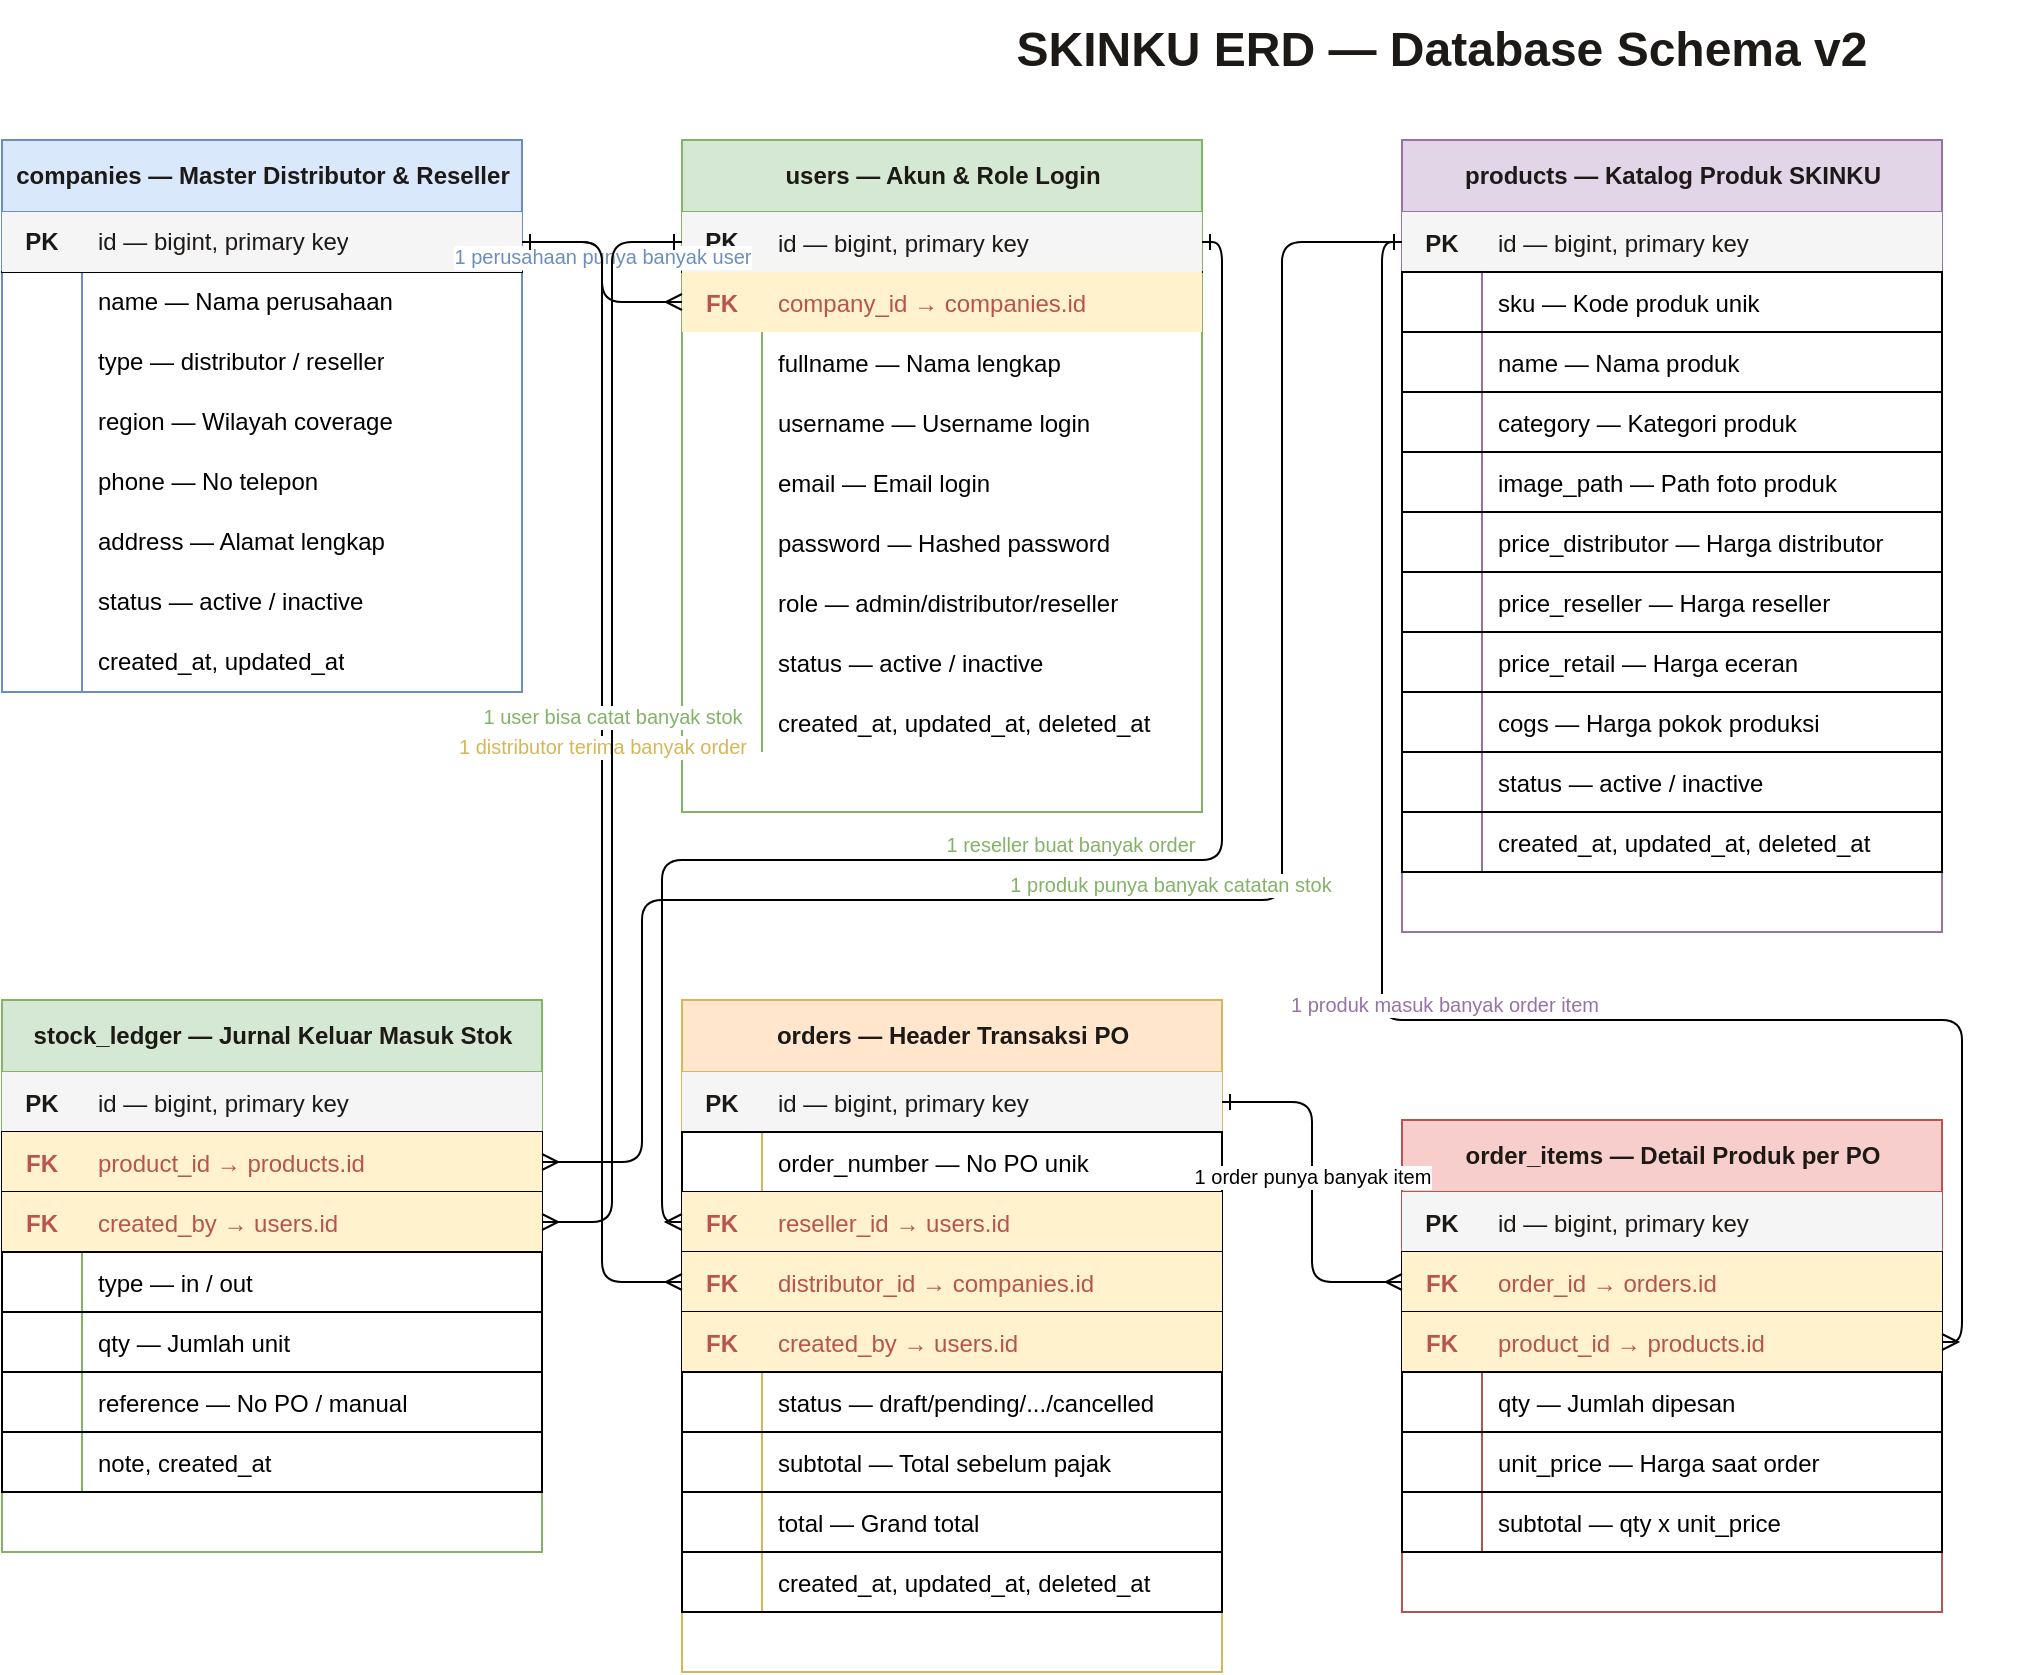
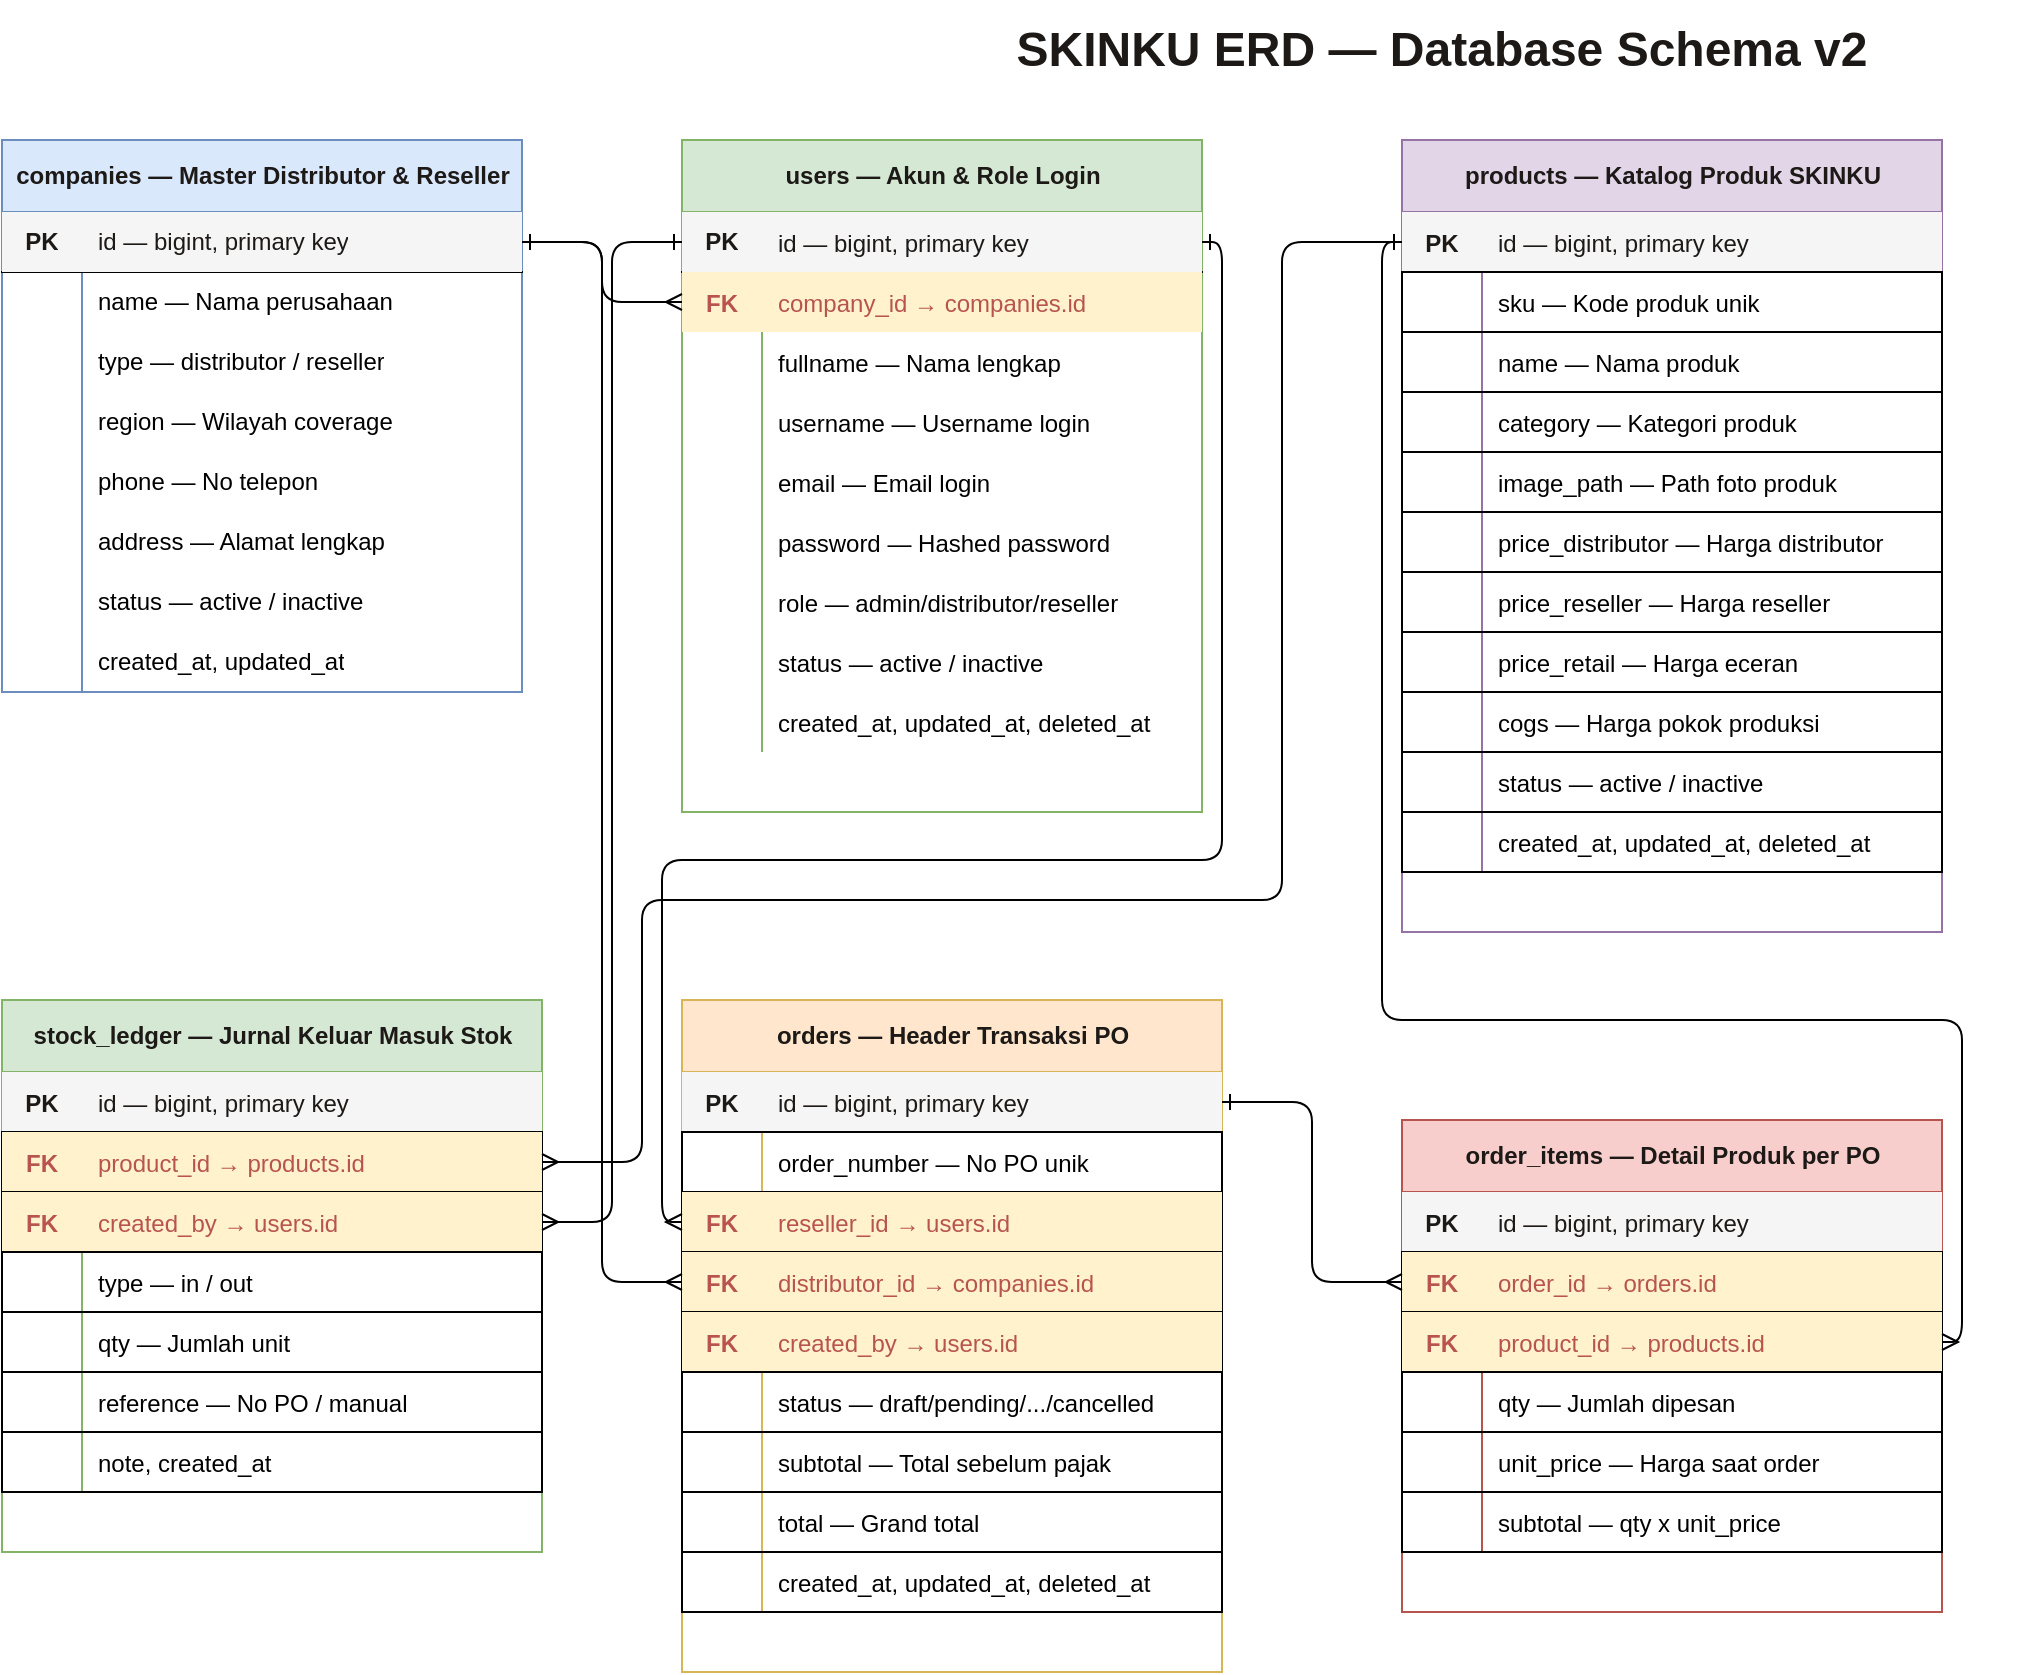
<mxfile host="app.diagrams.net">
  <diagram name="SKINKU ERD v2" id="skinku-erd-v2">
    <mxGraphModel dx="691" dy="351" grid="1" gridSize="10" guides="1" tooltips="1" connect="1" arrows="1" fold="1" page="1" pageScale="1" pageWidth="1654" pageHeight="1169" math="0" shadow="0">
      <root>
        <mxCell id="0" />
        <mxCell id="1" parent="0" />
        <mxCell id="title" parent="1" style="text;html=1;strokeColor=none;fillColor=none;align=center;verticalAlign=middle;whiteSpace=wrap;rounded=0;fontSize=24;fontStyle=1;fontColor=#1C1917;" value="SKINKU ERD — Database Schema v2" vertex="1">
          <mxGeometry height="50" width="600" x="480" y="20" as="geometry" />
        </mxCell>
        <mxCell id="tbl_companies" parent="1" style="shape=table;startSize=36;container=1;collapsible=0;childLayout=tableLayout;fixedRows=1;rowLines=0;fontStyle=1;align=center;resizeLast=1;html=1;fillColor=#dae8fc;strokeColor=#6c8ebf;fontColor=#1C1917;fontSize=12;" value="companies — Master Distributor &amp; Reseller" vertex="1">
          <mxGeometry height="276" width="260" x="60" y="90" as="geometry" />
        </mxCell>
        <mxCell id="companies_id" parent="tbl_companies" style="shape=tableRow;horizontal=0;startSize=0;swimlaneHead=0;swimlaneBody=0;fillColor=#f5f5f5;collapsible=0;dropTarget=0;points=[[0,0.5],[1,0.5]];portConstraint=eastwest;top=0;left=0;right=0;bottom=1;" value="" vertex="1">
          <mxGeometry height="30" width="260" y="36" as="geometry" />
        </mxCell>
        <mxCell id="companies_id_pk" parent="companies_id" style="shape=partialRectangle;connectable=0;fillColor=#f5f5f5;top=0;left=0;bottom=0;right=0;fontStyle=1;overflow=hidden;whiteSpace=wrap;html=1;fontColor=#1C1917;" value="PK" vertex="1">
          <mxGeometry height="30" width="40" as="geometry">
            <mxRectangle height="30" width="40" as="alternateBounds" />
          </mxGeometry>
        </mxCell>
        <mxCell id="companies_id_val" parent="companies_id" style="shape=partialRectangle;connectable=0;fillColor=#f5f5f5;top=0;left=0;bottom=0;right=0;align=left;spacingLeft=6;overflow=hidden;whiteSpace=wrap;html=1;fontColor=#1C1917;" value="id — bigint, primary key" vertex="1">
          <mxGeometry height="30" width="220" x="40" as="geometry">
            <mxRectangle height="30" width="220" as="alternateBounds" />
          </mxGeometry>
        </mxCell>
        <mxCell id="companies_name_row" parent="tbl_companies" style="shape=tableRow;horizontal=0;startSize=0;swimlaneHead=0;swimlaneBody=0;fillColor=none;collapsible=0;dropTarget=0;points=[[0,0.5],[1,0.5]];portConstraint=eastwest;top=0;left=0;right=0;bottom=0;" value="" vertex="1">
          <mxGeometry height="30" width="260" y="66" as="geometry" />
        </mxCell>
        <mxCell id="c1" parent="companies_name_row" style="shape=partialRectangle;connectable=0;fillColor=none;top=0;left=0;bottom=0;right=0;overflow=hidden;" value="" vertex="1">
          <mxGeometry height="30" width="40" as="geometry">
            <mxRectangle height="30" width="40" as="alternateBounds" />
          </mxGeometry>
        </mxCell>
        <mxCell id="c2" parent="companies_name_row" style="shape=partialRectangle;connectable=0;fillColor=none;top=0;left=0;bottom=0;right=0;align=left;spacingLeft=6;overflow=hidden;whiteSpace=wrap;html=1;" value="name — Nama perusahaan" vertex="1">
          <mxGeometry height="30" width="220" x="40" as="geometry">
            <mxRectangle height="30" width="220" as="alternateBounds" />
          </mxGeometry>
        </mxCell>
        <mxCell id="companies_type_row" parent="tbl_companies" style="shape=tableRow;horizontal=0;startSize=0;swimlaneHead=0;swimlaneBody=0;fillColor=none;collapsible=0;dropTarget=0;points=[[0,0.5],[1,0.5]];portConstraint=eastwest;top=0;left=0;right=0;bottom=0;" value="" vertex="1">
          <mxGeometry height="30" width="260" y="96" as="geometry" />
        </mxCell>
        <mxCell id="c3" parent="companies_type_row" style="shape=partialRectangle;connectable=0;fillColor=none;top=0;left=0;bottom=0;right=0;overflow=hidden;" value="" vertex="1">
          <mxGeometry height="30" width="40" as="geometry">
            <mxRectangle height="30" width="40" as="alternateBounds" />
          </mxGeometry>
        </mxCell>
        <mxCell id="c4" parent="companies_type_row" style="shape=partialRectangle;connectable=0;fillColor=none;top=0;left=0;bottom=0;right=0;align=left;spacingLeft=6;overflow=hidden;whiteSpace=wrap;html=1;" value="type — distributor / reseller" vertex="1">
          <mxGeometry height="30" width="220" x="40" as="geometry">
            <mxRectangle height="30" width="220" as="alternateBounds" />
          </mxGeometry>
        </mxCell>
        <mxCell id="companies_region_row" parent="tbl_companies" style="shape=tableRow;horizontal=0;startSize=0;swimlaneHead=0;swimlaneBody=0;fillColor=none;collapsible=0;dropTarget=0;points=[[0,0.5],[1,0.5]];portConstraint=eastwest;top=0;left=0;right=0;bottom=0;" value="" vertex="1">
          <mxGeometry height="30" width="260" y="126" as="geometry" />
        </mxCell>
        <mxCell id="c5" parent="companies_region_row" style="shape=partialRectangle;connectable=0;fillColor=none;top=0;left=0;bottom=0;right=0;overflow=hidden;" value="" vertex="1">
          <mxGeometry height="30" width="40" as="geometry">
            <mxRectangle height="30" width="40" as="alternateBounds" />
          </mxGeometry>
        </mxCell>
        <mxCell id="c6" parent="companies_region_row" style="shape=partialRectangle;connectable=0;fillColor=none;top=0;left=0;bottom=0;right=0;align=left;spacingLeft=6;overflow=hidden;whiteSpace=wrap;html=1;" value="region — Wilayah coverage" vertex="1">
          <mxGeometry height="30" width="220" x="40" as="geometry">
            <mxRectangle height="30" width="220" as="alternateBounds" />
          </mxGeometry>
        </mxCell>
        <mxCell id="companies_phone_row" parent="tbl_companies" style="shape=tableRow;horizontal=0;startSize=0;swimlaneHead=0;swimlaneBody=0;fillColor=none;collapsible=0;dropTarget=0;points=[[0,0.5],[1,0.5]];portConstraint=eastwest;top=0;left=0;right=0;bottom=0;" value="" vertex="1">
          <mxGeometry height="30" width="260" y="156" as="geometry" />
        </mxCell>
        <mxCell id="c7" parent="companies_phone_row" style="shape=partialRectangle;connectable=0;fillColor=none;top=0;left=0;bottom=0;right=0;overflow=hidden;" value="" vertex="1">
          <mxGeometry height="30" width="40" as="geometry">
            <mxRectangle height="30" width="40" as="alternateBounds" />
          </mxGeometry>
        </mxCell>
        <mxCell id="c8" parent="companies_phone_row" style="shape=partialRectangle;connectable=0;fillColor=none;top=0;left=0;bottom=0;right=0;align=left;spacingLeft=6;overflow=hidden;whiteSpace=wrap;html=1;" value="phone — No telepon" vertex="1">
          <mxGeometry height="30" width="220" x="40" as="geometry">
            <mxRectangle height="30" width="220" as="alternateBounds" />
          </mxGeometry>
        </mxCell>
        <mxCell id="companies_address_row" parent="tbl_companies" style="shape=tableRow;horizontal=0;startSize=0;swimlaneHead=0;swimlaneBody=0;fillColor=none;collapsible=0;dropTarget=0;points=[[0,0.5],[1,0.5]];portConstraint=eastwest;top=0;left=0;right=0;bottom=0;" value="" vertex="1">
          <mxGeometry height="30" width="260" y="186" as="geometry" />
        </mxCell>
        <mxCell id="c9" parent="companies_address_row" style="shape=partialRectangle;connectable=0;fillColor=none;top=0;left=0;bottom=0;right=0;overflow=hidden;" value="" vertex="1">
          <mxGeometry height="30" width="40" as="geometry">
            <mxRectangle height="30" width="40" as="alternateBounds" />
          </mxGeometry>
        </mxCell>
        <mxCell id="c10" parent="companies_address_row" style="shape=partialRectangle;connectable=0;fillColor=none;top=0;left=0;bottom=0;right=0;align=left;spacingLeft=6;overflow=hidden;whiteSpace=wrap;html=1;" value="address — Alamat lengkap" vertex="1">
          <mxGeometry height="30" width="220" x="40" as="geometry">
            <mxRectangle height="30" width="220" as="alternateBounds" />
          </mxGeometry>
        </mxCell>
        <mxCell id="companies_status_row" parent="tbl_companies" style="shape=tableRow;horizontal=0;startSize=0;swimlaneHead=0;swimlaneBody=0;fillColor=none;collapsible=0;dropTarget=0;points=[[0,0.5],[1,0.5]];portConstraint=eastwest;top=0;left=0;right=0;bottom=0;" value="" vertex="1">
          <mxGeometry height="30" width="260" y="216" as="geometry" />
        </mxCell>
        <mxCell id="c11" parent="companies_status_row" style="shape=partialRectangle;connectable=0;fillColor=none;top=0;left=0;bottom=0;right=0;overflow=hidden;" value="" vertex="1">
          <mxGeometry height="30" width="40" as="geometry">
            <mxRectangle height="30" width="40" as="alternateBounds" />
          </mxGeometry>
        </mxCell>
        <mxCell id="c12" parent="companies_status_row" style="shape=partialRectangle;connectable=0;fillColor=none;top=0;left=0;bottom=0;right=0;align=left;spacingLeft=6;overflow=hidden;whiteSpace=wrap;html=1;" value="status — active / inactive" vertex="1">
          <mxGeometry height="30" width="220" x="40" as="geometry">
            <mxRectangle height="30" width="220" as="alternateBounds" />
          </mxGeometry>
        </mxCell>
        <mxCell id="companies_ts_row" parent="tbl_companies" style="shape=tableRow;horizontal=0;startSize=0;swimlaneHead=0;swimlaneBody=0;fillColor=none;collapsible=0;dropTarget=0;points=[[0,0.5],[1,0.5]];portConstraint=eastwest;top=0;left=0;right=0;bottom=0;" value="" vertex="1">
          <mxGeometry height="30" width="260" y="246" as="geometry" />
        </mxCell>
        <mxCell id="c13" parent="companies_ts_row" style="shape=partialRectangle;connectable=0;fillColor=none;top=0;left=0;bottom=0;right=0;overflow=hidden;" value="" vertex="1">
          <mxGeometry height="30" width="40" as="geometry">
            <mxRectangle height="30" width="40" as="alternateBounds" />
          </mxGeometry>
        </mxCell>
        <mxCell id="c14" parent="companies_ts_row" style="shape=partialRectangle;connectable=0;fillColor=none;top=0;left=0;bottom=0;right=0;align=left;spacingLeft=6;overflow=hidden;whiteSpace=wrap;html=1;" value="created_at, updated_at" vertex="1">
          <mxGeometry height="30" width="220" x="40" as="geometry">
            <mxRectangle height="30" width="220" as="alternateBounds" />
          </mxGeometry>
        </mxCell>
        <mxCell id="tbl_users" parent="1" style="shape=table;startSize=36;container=1;collapsible=0;childLayout=tableLayout;fixedRows=1;rowLines=0;fontStyle=1;align=center;resizeLast=1;html=1;fillColor=#d5e8d4;strokeColor=#82b366;fontColor=#1C1917;fontSize=12;" value="users — Akun &amp; Role Login" vertex="1">
          <mxGeometry height="336" width="260" x="400" y="90" as="geometry" />
        </mxCell>
        <mxCell id="users_id_row" parent="tbl_users" style="shape=tableRow;horizontal=0;startSize=0;swimlaneHead=0;swimlaneBody=0;fillColor=#f5f5f5;collapsible=0;dropTarget=0;points=[[0,0.5],[1,0.5]];portConstraint=eastwest;top=0;left=0;right=0;bottom=1;" value="" vertex="1">
          <mxGeometry height="30" width="260" y="36" as="geometry" />
        </mxCell>
        <mxCell id="u_pk" parent="users_id_row" style="shape=partialRectangle;connectable=0;fillColor=#f5f5f5;top=0;left=0;bottom=0;right=0;fontStyle=1;overflow=hidden;whiteSpace=wrap;html=1;fontColor=#1C1917;" value="PK" vertex="1">
          <mxGeometry height="30" width="40" as="geometry">
            <mxRectangle height="30" width="40" as="alternateBounds" />
          </mxGeometry>
        </mxCell>
        <mxCell id="u_pk_val" parent="users_id_row" style="shape=partialRectangle;connectable=0;fillColor=#f5f5f5;top=0;left=0;bottom=0;right=0;align=left;spacingLeft=6;overflow=hidden;fontColor=#1C1917;" value="id — bigint, primary key" vertex="1">
          <mxGeometry height="30" width="220" x="40" as="geometry">
            <mxRectangle height="30" width="220" as="alternateBounds" />
          </mxGeometry>
        </mxCell>
        <mxCell id="users_cid_row" parent="tbl_users" style="shape=tableRow;horizontal=0;startSize=0;swimlaneHead=0;swimlaneBody=0;fillColor=#fff2cc;collapsible=0;dropTarget=0;points=[[0,0.5],[1,0.5]];portConstraint=eastwest;top=0;left=0;right=0;bottom=0;" value="" vertex="1">
          <mxGeometry height="30" width="260" y="66" as="geometry" />
        </mxCell>
        <mxCell id="u_fk1" parent="users_cid_row" style="shape=partialRectangle;connectable=0;fillColor=#fff2cc;top=0;left=0;bottom=0;right=0;fontStyle=1;overflow=hidden;fontColor=#b85450;" value="FK" vertex="1">
          <mxGeometry height="30" width="40" as="geometry">
            <mxRectangle height="30" width="40" as="alternateBounds" />
          </mxGeometry>
        </mxCell>
        <mxCell id="u_fk1_val" parent="users_cid_row" style="shape=partialRectangle;connectable=0;fillColor=#fff2cc;top=0;left=0;bottom=0;right=0;align=left;spacingLeft=6;overflow=hidden;fontColor=#b85450;" value="company_id → companies.id" vertex="1">
          <mxGeometry height="30" width="220" x="40" as="geometry">
            <mxRectangle height="30" width="220" as="alternateBounds" />
          </mxGeometry>
        </mxCell>
        <mxCell id="u_fn_row" parent="tbl_users" style="shape=tableRow;horizontal=0;startSize=0;swimlaneHead=0;swimlaneBody=0;fillColor=none;collapsible=0;dropTarget=0;points=[[0,0.5],[1,0.5]];portConstraint=eastwest;top=0;left=0;right=0;bottom=0;" value="" vertex="1">
          <mxGeometry height="30" width="260" y="96" as="geometry" />
        </mxCell>
        <mxCell id="uf1" parent="u_fn_row" style="shape=partialRectangle;connectable=0;fillColor=none;top=0;left=0;bottom=0;right=0;overflow=hidden;" value="" vertex="1">
          <mxGeometry height="30" width="40" as="geometry">
            <mxRectangle height="30" width="40" as="alternateBounds" />
          </mxGeometry>
        </mxCell>
        <mxCell id="uf1_val" parent="u_fn_row" style="shape=partialRectangle;connectable=0;fillColor=none;top=0;left=0;bottom=0;right=0;align=left;spacingLeft=6;overflow=hidden;" value="fullname — Nama lengkap" vertex="1">
          <mxGeometry height="30" width="220" x="40" as="geometry">
            <mxRectangle height="30" width="220" as="alternateBounds" />
          </mxGeometry>
        </mxCell>
        <mxCell id="u_un_row" parent="tbl_users" style="shape=tableRow;horizontal=0;startSize=0;swimlaneHead=0;swimlaneBody=0;fillColor=none;collapsible=0;dropTarget=0;points=[[0,0.5],[1,0.5]];portConstraint=eastwest;top=0;left=0;right=0;bottom=0;" value="" vertex="1">
          <mxGeometry height="30" width="260" y="126" as="geometry" />
        </mxCell>
        <mxCell id="uf2" parent="u_un_row" style="shape=partialRectangle;connectable=0;fillColor=none;top=0;left=0;bottom=0;right=0;overflow=hidden;" value="" vertex="1">
          <mxGeometry height="30" width="40" as="geometry">
            <mxRectangle height="30" width="40" as="alternateBounds" />
          </mxGeometry>
        </mxCell>
        <mxCell id="uf2_val" parent="u_un_row" style="shape=partialRectangle;connectable=0;fillColor=none;top=0;left=0;bottom=0;right=0;align=left;spacingLeft=6;overflow=hidden;" value="username — Username login" vertex="1">
          <mxGeometry height="30" width="220" x="40" as="geometry">
            <mxRectangle height="30" width="220" as="alternateBounds" />
          </mxGeometry>
        </mxCell>
        <mxCell id="u_em_row" parent="tbl_users" style="shape=tableRow;horizontal=0;startSize=0;swimlaneHead=0;swimlaneBody=0;fillColor=none;collapsible=0;dropTarget=0;points=[[0,0.5],[1,0.5]];portConstraint=eastwest;top=0;left=0;right=0;bottom=0;" value="" vertex="1">
          <mxGeometry height="30" width="260" y="156" as="geometry" />
        </mxCell>
        <mxCell id="uf3" parent="u_em_row" style="shape=partialRectangle;connectable=0;fillColor=none;top=0;left=0;bottom=0;right=0;overflow=hidden;" value="" vertex="1">
          <mxGeometry height="30" width="40" as="geometry">
            <mxRectangle height="30" width="40" as="alternateBounds" />
          </mxGeometry>
        </mxCell>
        <mxCell id="uf3_val" parent="u_em_row" style="shape=partialRectangle;connectable=0;fillColor=none;top=0;left=0;bottom=0;right=0;align=left;spacingLeft=6;overflow=hidden;" value="email — Email login" vertex="1">
          <mxGeometry height="30" width="220" x="40" as="geometry">
            <mxRectangle height="30" width="220" as="alternateBounds" />
          </mxGeometry>
        </mxCell>
        <mxCell id="u_pw_row" parent="tbl_users" style="shape=tableRow;horizontal=0;startSize=0;swimlaneHead=0;swimlaneBody=0;fillColor=none;collapsible=0;dropTarget=0;points=[[0,0.5],[1,0.5]];portConstraint=eastwest;top=0;left=0;right=0;bottom=0;" value="" vertex="1">
          <mxGeometry height="30" width="260" y="186" as="geometry" />
        </mxCell>
        <mxCell id="uf4" parent="u_pw_row" style="shape=partialRectangle;connectable=0;fillColor=none;top=0;left=0;bottom=0;right=0;overflow=hidden;" value="" vertex="1">
          <mxGeometry height="30" width="40" as="geometry">
            <mxRectangle height="30" width="40" as="alternateBounds" />
          </mxGeometry>
        </mxCell>
        <mxCell id="uf4_val" parent="u_pw_row" style="shape=partialRectangle;connectable=0;fillColor=none;top=0;left=0;bottom=0;right=0;align=left;spacingLeft=6;overflow=hidden;" value="password — Hashed password" vertex="1">
          <mxGeometry height="30" width="220" x="40" as="geometry">
            <mxRectangle height="30" width="220" as="alternateBounds" />
          </mxGeometry>
        </mxCell>
        <mxCell id="u_role_row" parent="tbl_users" style="shape=tableRow;horizontal=0;startSize=0;swimlaneHead=0;swimlaneBody=0;fillColor=none;collapsible=0;dropTarget=0;points=[[0,0.5],[1,0.5]];portConstraint=eastwest;top=0;left=0;right=0;bottom=0;" value="" vertex="1">
          <mxGeometry height="30" width="260" y="216" as="geometry" />
        </mxCell>
        <mxCell id="uf5" parent="u_role_row" style="shape=partialRectangle;connectable=0;fillColor=none;top=0;left=0;bottom=0;right=0;overflow=hidden;" value="" vertex="1">
          <mxGeometry height="30" width="40" as="geometry">
            <mxRectangle height="30" width="40" as="alternateBounds" />
          </mxGeometry>
        </mxCell>
        <mxCell id="uf5_val" parent="u_role_row" style="shape=partialRectangle;connectable=0;fillColor=none;top=0;left=0;bottom=0;right=0;align=left;spacingLeft=6;overflow=hidden;" value="role — admin/distributor/reseller" vertex="1">
          <mxGeometry height="30" width="220" x="40" as="geometry">
            <mxRectangle height="30" width="220" as="alternateBounds" />
          </mxGeometry>
        </mxCell>
        <mxCell id="u_status_row" parent="tbl_users" style="shape=tableRow;horizontal=0;startSize=0;swimlaneHead=0;swimlaneBody=0;fillColor=none;collapsible=0;dropTarget=0;points=[[0,0.5],[1,0.5]];portConstraint=eastwest;top=0;left=0;right=0;bottom=0;" value="" vertex="1">
          <mxGeometry height="30" width="260" y="246" as="geometry" />
        </mxCell>
        <mxCell id="uf6" parent="u_status_row" style="shape=partialRectangle;connectable=0;fillColor=none;top=0;left=0;bottom=0;right=0;overflow=hidden;" value="" vertex="1">
          <mxGeometry height="30" width="40" as="geometry">
            <mxRectangle height="30" width="40" as="alternateBounds" />
          </mxGeometry>
        </mxCell>
        <mxCell id="uf6_val" parent="u_status_row" style="shape=partialRectangle;connectable=0;fillColor=none;top=0;left=0;bottom=0;right=0;align=left;spacingLeft=6;overflow=hidden;" value="status — active / inactive" vertex="1">
          <mxGeometry height="30" width="220" x="40" as="geometry">
            <mxRectangle height="30" width="220" as="alternateBounds" />
          </mxGeometry>
        </mxCell>
        <mxCell id="u_ts_row" parent="tbl_users" style="shape=tableRow;horizontal=0;startSize=0;swimlaneHead=0;swimlaneBody=0;fillColor=none;collapsible=0;dropTarget=0;points=[[0,0.5],[1,0.5]];portConstraint=eastwest;top=0;left=0;right=0;bottom=0;" value="" vertex="1">
          <mxGeometry height="30" width="260" y="276" as="geometry" />
        </mxCell>
        <mxCell id="uf7" parent="u_ts_row" style="shape=partialRectangle;connectable=0;fillColor=none;top=0;left=0;bottom=0;right=0;overflow=hidden;" value="" vertex="1">
          <mxGeometry height="30" width="40" as="geometry">
            <mxRectangle height="30" width="40" as="alternateBounds" />
          </mxGeometry>
        </mxCell>
        <mxCell id="uf7_val" parent="u_ts_row" style="shape=partialRectangle;connectable=0;fillColor=none;top=0;left=0;bottom=0;right=0;align=left;spacingLeft=6;overflow=hidden;" value="created_at, updated_at, deleted_at" vertex="1">
          <mxGeometry height="30" width="220" x="40" as="geometry">
            <mxRectangle height="30" width="220" as="alternateBounds" />
          </mxGeometry>
        </mxCell>
        <mxCell id="tbl_products" parent="1" style="shape=table;startSize=36;container=1;collapsible=0;childLayout=tableLayout;fixedRows=1;rowLines=0;fontStyle=1;align=center;resizeLast=1;html=1;fillColor=#e1d5e7;strokeColor=#9673a6;fontColor=#1C1917;fontSize=12;" value="products — Katalog Produk SKINKU" vertex="1">
          <mxGeometry height="396" width="270" x="760" y="90" as="geometry" />
        </mxCell>
        <mxCell id="prod_id_row" parent="tbl_products" style="shape=tableRow;horizontal=0;startSize=0;swimlaneHead=0;swimlaneBody=0;fillColor=#f5f5f5;collapsible=0;dropTarget=0;points=[[0,0.5],[1,0.5]];portConstraint=eastwest;top=0;left=0;right=0;bottom=1;" value="" vertex="1">
          <mxGeometry height="30" width="270" y="36" as="geometry" />
        </mxCell>
        <mxCell id="prod_pk" parent="prod_id_row" style="shape=partialRectangle;connectable=0;fillColor=#f5f5f5;top=0;left=0;bottom=0;right=0;fontStyle=1;overflow=hidden;fontColor=#1C1917;" value="PK" vertex="1">
          <mxGeometry height="30" width="40" as="geometry">
            <mxRectangle height="30" width="40" as="alternateBounds" />
          </mxGeometry>
        </mxCell>
        <mxCell id="prod_pk_val" parent="prod_id_row" style="shape=partialRectangle;connectable=0;fillColor=#f5f5f5;top=0;left=0;bottom=0;right=0;align=left;spacingLeft=6;overflow=hidden;fontColor=#1C1917;" value="id — bigint, primary key" vertex="1">
          <mxGeometry height="30" width="230" x="40" as="geometry">
            <mxRectangle height="30" width="230" as="alternateBounds" />
          </mxGeometry>
        </mxCell>
        <mxCell id="pr1" parent="tbl_products" style="shape=tableRow;horizontal=0;startSize=0;swimlaneHead=0;swimlaneBody=0;fillColor=none;collapsible=0;dropTarget=0;points=[[0,0.5],[1,0.5]];portConstraint=eastwest;" value="" vertex="1">
          <mxGeometry height="30" width="270" y="66" as="geometry" />
        </mxCell>
        <mxCell id="pr1a" parent="pr1" style="shape=partialRectangle;connectable=0;fillColor=none;top=0;left=0;bottom=0;right=0;overflow=hidden;" value="" vertex="1">
          <mxGeometry height="30" width="40" as="geometry">
            <mxRectangle height="30" width="40" as="alternateBounds" />
          </mxGeometry>
        </mxCell>
        <mxCell id="pr1b" parent="pr1" style="shape=partialRectangle;connectable=0;fillColor=none;top=0;left=0;bottom=0;right=0;align=left;spacingLeft=6;overflow=hidden;" value="sku — Kode produk unik" vertex="1">
          <mxGeometry height="30" width="230" x="40" as="geometry">
            <mxRectangle height="30" width="230" as="alternateBounds" />
          </mxGeometry>
        </mxCell>
        <mxCell id="pr2" parent="tbl_products" style="shape=tableRow;horizontal=0;startSize=0;swimlaneHead=0;swimlaneBody=0;fillColor=none;collapsible=0;dropTarget=0;points=[[0,0.5],[1,0.5]];portConstraint=eastwest;" value="" vertex="1">
          <mxGeometry height="30" width="270" y="96" as="geometry" />
        </mxCell>
        <mxCell id="pr2a" parent="pr2" style="shape=partialRectangle;connectable=0;fillColor=none;top=0;left=0;bottom=0;right=0;overflow=hidden;" value="" vertex="1">
          <mxGeometry height="30" width="40" as="geometry">
            <mxRectangle height="30" width="40" as="alternateBounds" />
          </mxGeometry>
        </mxCell>
        <mxCell id="pr2b" parent="pr2" style="shape=partialRectangle;connectable=0;fillColor=none;top=0;left=0;bottom=0;right=0;align=left;spacingLeft=6;overflow=hidden;" value="name — Nama produk" vertex="1">
          <mxGeometry height="30" width="230" x="40" as="geometry">
            <mxRectangle height="30" width="230" as="alternateBounds" />
          </mxGeometry>
        </mxCell>
        <mxCell id="pr3" parent="tbl_products" style="shape=tableRow;horizontal=0;startSize=0;swimlaneHead=0;swimlaneBody=0;fillColor=none;collapsible=0;dropTarget=0;points=[[0,0.5],[1,0.5]];portConstraint=eastwest;" value="" vertex="1">
          <mxGeometry height="30" width="270" y="126" as="geometry" />
        </mxCell>
        <mxCell id="pr3a" parent="pr3" style="shape=partialRectangle;connectable=0;fillColor=none;top=0;left=0;bottom=0;right=0;overflow=hidden;" value="" vertex="1">
          <mxGeometry height="30" width="40" as="geometry">
            <mxRectangle height="30" width="40" as="alternateBounds" />
          </mxGeometry>
        </mxCell>
        <mxCell id="pr3b" parent="pr3" style="shape=partialRectangle;connectable=0;fillColor=none;top=0;left=0;bottom=0;right=0;align=left;spacingLeft=6;overflow=hidden;" value="category — Kategori produk" vertex="1">
          <mxGeometry height="30" width="230" x="40" as="geometry">
            <mxRectangle height="30" width="230" as="alternateBounds" />
          </mxGeometry>
        </mxCell>
        <mxCell id="pr4" parent="tbl_products" style="shape=tableRow;horizontal=0;startSize=0;swimlaneHead=0;swimlaneBody=0;fillColor=none;collapsible=0;dropTarget=0;points=[[0,0.5],[1,0.5]];portConstraint=eastwest;" value="" vertex="1">
          <mxGeometry height="30" width="270" y="156" as="geometry" />
        </mxCell>
        <mxCell id="pr4a" parent="pr4" style="shape=partialRectangle;connectable=0;fillColor=none;top=0;left=0;bottom=0;right=0;overflow=hidden;" value="" vertex="1">
          <mxGeometry height="30" width="40" as="geometry">
            <mxRectangle height="30" width="40" as="alternateBounds" />
          </mxGeometry>
        </mxCell>
        <mxCell id="pr4b" parent="pr4" style="shape=partialRectangle;connectable=0;fillColor=none;top=0;left=0;bottom=0;right=0;align=left;spacingLeft=6;overflow=hidden;" value="image_path — Path foto produk" vertex="1">
          <mxGeometry height="30" width="230" x="40" as="geometry">
            <mxRectangle height="30" width="230" as="alternateBounds" />
          </mxGeometry>
        </mxCell>
        <mxCell id="pr5" parent="tbl_products" style="shape=tableRow;horizontal=0;startSize=0;swimlaneHead=0;swimlaneBody=0;fillColor=none;collapsible=0;dropTarget=0;points=[[0,0.5],[1,0.5]];portConstraint=eastwest;" value="" vertex="1">
          <mxGeometry height="30" width="270" y="186" as="geometry" />
        </mxCell>
        <mxCell id="pr5a" parent="pr5" style="shape=partialRectangle;connectable=0;fillColor=none;top=0;left=0;bottom=0;right=0;overflow=hidden;" value="" vertex="1">
          <mxGeometry height="30" width="40" as="geometry">
            <mxRectangle height="30" width="40" as="alternateBounds" />
          </mxGeometry>
        </mxCell>
        <mxCell id="pr5b" parent="pr5" style="shape=partialRectangle;connectable=0;fillColor=none;top=0;left=0;bottom=0;right=0;align=left;spacingLeft=6;overflow=hidden;" value="price_distributor — Harga distributor" vertex="1">
          <mxGeometry height="30" width="230" x="40" as="geometry">
            <mxRectangle height="30" width="230" as="alternateBounds" />
          </mxGeometry>
        </mxCell>
        <mxCell id="pr6" parent="tbl_products" style="shape=tableRow;horizontal=0;startSize=0;swimlaneHead=0;swimlaneBody=0;fillColor=none;collapsible=0;dropTarget=0;points=[[0,0.5],[1,0.5]];portConstraint=eastwest;" value="" vertex="1">
          <mxGeometry height="30" width="270" y="216" as="geometry" />
        </mxCell>
        <mxCell id="pr6a" parent="pr6" style="shape=partialRectangle;connectable=0;fillColor=none;top=0;left=0;bottom=0;right=0;overflow=hidden;" value="" vertex="1">
          <mxGeometry height="30" width="40" as="geometry">
            <mxRectangle height="30" width="40" as="alternateBounds" />
          </mxGeometry>
        </mxCell>
        <mxCell id="pr6b" parent="pr6" style="shape=partialRectangle;connectable=0;fillColor=none;top=0;left=0;bottom=0;right=0;align=left;spacingLeft=6;overflow=hidden;" value="price_reseller — Harga reseller" vertex="1">
          <mxGeometry height="30" width="230" x="40" as="geometry">
            <mxRectangle height="30" width="230" as="alternateBounds" />
          </mxGeometry>
        </mxCell>
        <mxCell id="pr7" parent="tbl_products" style="shape=tableRow;horizontal=0;startSize=0;swimlaneHead=0;swimlaneBody=0;fillColor=none;collapsible=0;dropTarget=0;points=[[0,0.5],[1,0.5]];portConstraint=eastwest;" value="" vertex="1">
          <mxGeometry height="30" width="270" y="246" as="geometry" />
        </mxCell>
        <mxCell id="pr7a" parent="pr7" style="shape=partialRectangle;connectable=0;fillColor=none;top=0;left=0;bottom=0;right=0;overflow=hidden;" value="" vertex="1">
          <mxGeometry height="30" width="40" as="geometry">
            <mxRectangle height="30" width="40" as="alternateBounds" />
          </mxGeometry>
        </mxCell>
        <mxCell id="pr7b" parent="pr7" style="shape=partialRectangle;connectable=0;fillColor=none;top=0;left=0;bottom=0;right=0;align=left;spacingLeft=6;overflow=hidden;" value="price_retail — Harga eceran" vertex="1">
          <mxGeometry height="30" width="230" x="40" as="geometry">
            <mxRectangle height="30" width="230" as="alternateBounds" />
          </mxGeometry>
        </mxCell>
        <mxCell id="pr8" parent="tbl_products" style="shape=tableRow;horizontal=0;startSize=0;swimlaneHead=0;swimlaneBody=0;fillColor=none;collapsible=0;dropTarget=0;points=[[0,0.5],[1,0.5]];portConstraint=eastwest;" value="" vertex="1">
          <mxGeometry height="30" width="270" y="276" as="geometry" />
        </mxCell>
        <mxCell id="pr8a" parent="pr8" style="shape=partialRectangle;connectable=0;fillColor=none;top=0;left=0;bottom=0;right=0;overflow=hidden;" value="" vertex="1">
          <mxGeometry height="30" width="40" as="geometry">
            <mxRectangle height="30" width="40" as="alternateBounds" />
          </mxGeometry>
        </mxCell>
        <mxCell id="pr8b" parent="pr8" style="shape=partialRectangle;connectable=0;fillColor=none;top=0;left=0;bottom=0;right=0;align=left;spacingLeft=6;overflow=hidden;" value="cogs — Harga pokok produksi" vertex="1">
          <mxGeometry height="30" width="230" x="40" as="geometry">
            <mxRectangle height="30" width="230" as="alternateBounds" />
          </mxGeometry>
        </mxCell>
        <mxCell id="pr9" parent="tbl_products" style="shape=tableRow;horizontal=0;startSize=0;swimlaneHead=0;swimlaneBody=0;fillColor=none;collapsible=0;dropTarget=0;points=[[0,0.5],[1,0.5]];portConstraint=eastwest;" value="" vertex="1">
          <mxGeometry height="30" width="270" y="306" as="geometry" />
        </mxCell>
        <mxCell id="pr9a" parent="pr9" style="shape=partialRectangle;connectable=0;fillColor=none;top=0;left=0;bottom=0;right=0;overflow=hidden;" value="" vertex="1">
          <mxGeometry height="30" width="40" as="geometry">
            <mxRectangle height="30" width="40" as="alternateBounds" />
          </mxGeometry>
        </mxCell>
        <mxCell id="pr9b" parent="pr9" style="shape=partialRectangle;connectable=0;fillColor=none;top=0;left=0;bottom=0;right=0;align=left;spacingLeft=6;overflow=hidden;" value="status — active / inactive" vertex="1">
          <mxGeometry height="30" width="230" x="40" as="geometry">
            <mxRectangle height="30" width="230" as="alternateBounds" />
          </mxGeometry>
        </mxCell>
        <mxCell id="pr10" parent="tbl_products" style="shape=tableRow;horizontal=0;startSize=0;swimlaneHead=0;swimlaneBody=0;fillColor=none;collapsible=0;dropTarget=0;points=[[0,0.5],[1,0.5]];portConstraint=eastwest;" value="" vertex="1">
          <mxGeometry height="30" width="270" y="336" as="geometry" />
        </mxCell>
        <mxCell id="pr10a" parent="pr10" style="shape=partialRectangle;connectable=0;fillColor=none;top=0;left=0;bottom=0;right=0;overflow=hidden;" value="" vertex="1">
          <mxGeometry height="30" width="40" as="geometry">
            <mxRectangle height="30" width="40" as="alternateBounds" />
          </mxGeometry>
        </mxCell>
        <mxCell id="pr10b" parent="pr10" style="shape=partialRectangle;connectable=0;fillColor=none;top=0;left=0;bottom=0;right=0;align=left;spacingLeft=6;overflow=hidden;" value="created_at, updated_at, deleted_at" vertex="1">
          <mxGeometry height="30" width="230" x="40" as="geometry">
            <mxRectangle height="30" width="230" as="alternateBounds" />
          </mxGeometry>
        </mxCell>
        <mxCell id="tbl_orders" parent="1" style="shape=table;startSize=36;container=1;collapsible=0;childLayout=tableLayout;fixedRows=1;rowLines=0;fontStyle=1;align=center;resizeLast=1;html=1;fillColor=#ffe6cc;strokeColor=#d6b656;fontColor=#1C1917;fontSize=12;" value="orders — Header Transaksi PO" vertex="1">
          <mxGeometry height="336" width="270" x="400" y="520" as="geometry" />
        </mxCell>
        <mxCell id="ord_id_row" parent="tbl_orders" style="shape=tableRow;horizontal=0;startSize=0;swimlaneHead=0;swimlaneBody=0;fillColor=#f5f5f5;collapsible=0;dropTarget=0;points=[[0,0.5],[1,0.5]];portConstraint=eastwest;top=0;left=0;right=0;bottom=1;" value="" vertex="1">
          <mxGeometry height="30" width="270" y="36" as="geometry" />
        </mxCell>
        <mxCell id="ord_pk" parent="ord_id_row" style="shape=partialRectangle;connectable=0;fillColor=#f5f5f5;top=0;left=0;bottom=0;right=0;fontStyle=1;overflow=hidden;fontColor=#1C1917;" value="PK" vertex="1">
          <mxGeometry height="30" width="40" as="geometry">
            <mxRectangle height="30" width="40" as="alternateBounds" />
          </mxGeometry>
        </mxCell>
        <mxCell id="ord_pk_val" parent="ord_id_row" style="shape=partialRectangle;connectable=0;fillColor=#f5f5f5;top=0;left=0;bottom=0;right=0;align=left;spacingLeft=6;overflow=hidden;fontColor=#1C1917;" value="id — bigint, primary key" vertex="1">
          <mxGeometry height="30" width="230" x="40" as="geometry">
            <mxRectangle height="30" width="230" as="alternateBounds" />
          </mxGeometry>
        </mxCell>
        <mxCell id="ord_on_row" parent="tbl_orders" style="shape=tableRow;horizontal=0;startSize=0;swimlaneHead=0;swimlaneBody=0;fillColor=none;collapsible=0;dropTarget=0;points=[[0,0.5],[1,0.5]];portConstraint=eastwest;" value="" vertex="1">
          <mxGeometry height="30" width="270" y="66" as="geometry" />
        </mxCell>
        <mxCell id="oo1" parent="ord_on_row" style="shape=partialRectangle;connectable=0;fillColor=none;top=0;left=0;bottom=0;right=0;overflow=hidden;" value="" vertex="1">
          <mxGeometry height="30" width="40" as="geometry">
            <mxRectangle height="30" width="40" as="alternateBounds" />
          </mxGeometry>
        </mxCell>
        <mxCell id="oo1b" parent="ord_on_row" style="shape=partialRectangle;connectable=0;fillColor=none;top=0;left=0;bottom=0;right=0;align=left;spacingLeft=6;overflow=hidden;" value="order_number — No PO unik" vertex="1">
          <mxGeometry height="30" width="230" x="40" as="geometry">
            <mxRectangle height="30" width="230" as="alternateBounds" />
          </mxGeometry>
        </mxCell>
        <mxCell id="ord_rid_row" parent="tbl_orders" style="shape=tableRow;horizontal=0;startSize=0;swimlaneHead=0;swimlaneBody=0;fillColor=#fff2cc;collapsible=0;dropTarget=0;points=[[0,0.5],[1,0.5]];portConstraint=eastwest;" value="" vertex="1">
          <mxGeometry height="30" width="270" y="96" as="geometry" />
        </mxCell>
        <mxCell id="ofk1" parent="ord_rid_row" style="shape=partialRectangle;connectable=0;fillColor=#fff2cc;top=0;left=0;bottom=0;right=0;fontStyle=1;overflow=hidden;fontColor=#b85450;" value="FK" vertex="1">
          <mxGeometry height="30" width="40" as="geometry">
            <mxRectangle height="30" width="40" as="alternateBounds" />
          </mxGeometry>
        </mxCell>
        <mxCell id="ofk1b" parent="ord_rid_row" style="shape=partialRectangle;connectable=0;fillColor=#fff2cc;top=0;left=0;bottom=0;right=0;align=left;spacingLeft=6;overflow=hidden;fontColor=#b85450;" value="reseller_id → users.id" vertex="1">
          <mxGeometry height="30" width="230" x="40" as="geometry">
            <mxRectangle height="30" width="230" as="alternateBounds" />
          </mxGeometry>
        </mxCell>
        <mxCell id="ord_did_row" parent="tbl_orders" style="shape=tableRow;horizontal=0;startSize=0;swimlaneHead=0;swimlaneBody=0;fillColor=#fff2cc;collapsible=0;dropTarget=0;points=[[0,0.5],[1,0.5]];portConstraint=eastwest;" value="" vertex="1">
          <mxGeometry height="30" width="270" y="126" as="geometry" />
        </mxCell>
        <mxCell id="ofk2" parent="ord_did_row" style="shape=partialRectangle;connectable=0;fillColor=#fff2cc;top=0;left=0;bottom=0;right=0;fontStyle=1;overflow=hidden;fontColor=#b85450;" value="FK" vertex="1">
          <mxGeometry height="30" width="40" as="geometry">
            <mxRectangle height="30" width="40" as="alternateBounds" />
          </mxGeometry>
        </mxCell>
        <mxCell id="ofk2b" parent="ord_did_row" style="shape=partialRectangle;connectable=0;fillColor=#fff2cc;top=0;left=0;bottom=0;right=0;align=left;spacingLeft=6;overflow=hidden;fontColor=#b85450;" value="distributor_id → companies.id" vertex="1">
          <mxGeometry height="30" width="230" x="40" as="geometry">
            <mxRectangle height="30" width="230" as="alternateBounds" />
          </mxGeometry>
        </mxCell>
        <mxCell id="ord_cb_row" parent="tbl_orders" style="shape=tableRow;horizontal=0;startSize=0;swimlaneHead=0;swimlaneBody=0;fillColor=#fff2cc;collapsible=0;dropTarget=0;points=[[0,0.5],[1,0.5]];portConstraint=eastwest;" value="" vertex="1">
          <mxGeometry height="30" width="270" y="156" as="geometry" />
        </mxCell>
        <mxCell id="ofk3" parent="ord_cb_row" style="shape=partialRectangle;connectable=0;fillColor=#fff2cc;top=0;left=0;bottom=0;right=0;fontStyle=1;overflow=hidden;fontColor=#b85450;" value="FK" vertex="1">
          <mxGeometry height="30" width="40" as="geometry">
            <mxRectangle height="30" width="40" as="alternateBounds" />
          </mxGeometry>
        </mxCell>
        <mxCell id="ofk3b" parent="ord_cb_row" style="shape=partialRectangle;connectable=0;fillColor=#fff2cc;top=0;left=0;bottom=0;right=0;align=left;spacingLeft=6;overflow=hidden;fontColor=#b85450;" value="created_by → users.id" vertex="1">
          <mxGeometry height="30" width="230" x="40" as="geometry">
            <mxRectangle height="30" width="230" as="alternateBounds" />
          </mxGeometry>
        </mxCell>
        <mxCell id="ord_st_row" parent="tbl_orders" style="shape=tableRow;horizontal=0;startSize=0;swimlaneHead=0;swimlaneBody=0;fillColor=none;collapsible=0;dropTarget=0;points=[[0,0.5],[1,0.5]];portConstraint=eastwest;" value="" vertex="1">
          <mxGeometry height="30" width="270" y="186" as="geometry" />
        </mxCell>
        <mxCell id="os1" parent="ord_st_row" style="shape=partialRectangle;connectable=0;fillColor=none;top=0;left=0;bottom=0;right=0;overflow=hidden;" value="" vertex="1">
          <mxGeometry height="30" width="40" as="geometry">
            <mxRectangle height="30" width="40" as="alternateBounds" />
          </mxGeometry>
        </mxCell>
        <mxCell id="os1b" parent="ord_st_row" style="shape=partialRectangle;connectable=0;fillColor=none;top=0;left=0;bottom=0;right=0;align=left;spacingLeft=6;overflow=hidden;" value="status — draft/pending/.../cancelled" vertex="1">
          <mxGeometry height="30" width="230" x="40" as="geometry">
            <mxRectangle height="30" width="230" as="alternateBounds" />
          </mxGeometry>
        </mxCell>
        <mxCell id="ord_sub_row" parent="tbl_orders" style="shape=tableRow;horizontal=0;startSize=0;swimlaneHead=0;swimlaneBody=0;fillColor=none;collapsible=0;dropTarget=0;points=[[0,0.5],[1,0.5]];portConstraint=eastwest;" value="" vertex="1">
          <mxGeometry height="30" width="270" y="216" as="geometry" />
        </mxCell>
        <mxCell id="os2" parent="ord_sub_row" style="shape=partialRectangle;connectable=0;fillColor=none;top=0;left=0;bottom=0;right=0;overflow=hidden;" value="" vertex="1">
          <mxGeometry height="30" width="40" as="geometry">
            <mxRectangle height="30" width="40" as="alternateBounds" />
          </mxGeometry>
        </mxCell>
        <mxCell id="os2b" parent="ord_sub_row" style="shape=partialRectangle;connectable=0;fillColor=none;top=0;left=0;bottom=0;right=0;align=left;spacingLeft=6;overflow=hidden;" value="subtotal — Total sebelum pajak" vertex="1">
          <mxGeometry height="30" width="230" x="40" as="geometry">
            <mxRectangle height="30" width="230" as="alternateBounds" />
          </mxGeometry>
        </mxCell>
        <mxCell id="ord_tot_row" parent="tbl_orders" style="shape=tableRow;horizontal=0;startSize=0;swimlaneHead=0;swimlaneBody=0;fillColor=none;collapsible=0;dropTarget=0;points=[[0,0.5],[1,0.5]];portConstraint=eastwest;" value="" vertex="1">
          <mxGeometry height="30" width="270" y="246" as="geometry" />
        </mxCell>
        <mxCell id="os3" parent="ord_tot_row" style="shape=partialRectangle;connectable=0;fillColor=none;top=0;left=0;bottom=0;right=0;overflow=hidden;" value="" vertex="1">
          <mxGeometry height="30" width="40" as="geometry">
            <mxRectangle height="30" width="40" as="alternateBounds" />
          </mxGeometry>
        </mxCell>
        <mxCell id="os3b" parent="ord_tot_row" style="shape=partialRectangle;connectable=0;fillColor=none;top=0;left=0;bottom=0;right=0;align=left;spacingLeft=6;overflow=hidden;" value="total — Grand total" vertex="1">
          <mxGeometry height="30" width="230" x="40" as="geometry">
            <mxRectangle height="30" width="230" as="alternateBounds" />
          </mxGeometry>
        </mxCell>
        <mxCell id="ord_ts_row" parent="tbl_orders" style="shape=tableRow;horizontal=0;startSize=0;swimlaneHead=0;swimlaneBody=0;fillColor=none;collapsible=0;dropTarget=0;points=[[0,0.5],[1,0.5]];portConstraint=eastwest;" value="" vertex="1">
          <mxGeometry height="30" width="270" y="276" as="geometry" />
        </mxCell>
        <mxCell id="os4" parent="ord_ts_row" style="shape=partialRectangle;connectable=0;fillColor=none;top=0;left=0;bottom=0;right=0;overflow=hidden;" value="" vertex="1">
          <mxGeometry height="30" width="40" as="geometry">
            <mxRectangle height="30" width="40" as="alternateBounds" />
          </mxGeometry>
        </mxCell>
        <mxCell id="os4b" parent="ord_ts_row" style="shape=partialRectangle;connectable=0;fillColor=none;top=0;left=0;bottom=0;right=0;align=left;spacingLeft=6;overflow=hidden;" value="created_at, updated_at, deleted_at" vertex="1">
          <mxGeometry height="30" width="230" x="40" as="geometry">
            <mxRectangle height="30" width="230" as="alternateBounds" />
          </mxGeometry>
        </mxCell>
        <mxCell id="tbl_order_items" parent="1" style="shape=table;startSize=36;container=1;collapsible=0;childLayout=tableLayout;fixedRows=1;rowLines=0;fontStyle=1;align=center;resizeLast=1;html=1;fillColor=#f8cecc;strokeColor=#b85450;fontColor=#1C1917;fontSize=12;" value="order_items — Detail Produk per PO" vertex="1">
          <mxGeometry height="246" width="270" x="760" y="580" as="geometry" />
        </mxCell>
        <mxCell id="oi_id_row" parent="tbl_order_items" style="shape=tableRow;horizontal=0;startSize=0;swimlaneHead=0;swimlaneBody=0;fillColor=#f5f5f5;collapsible=0;dropTarget=0;points=[[0,0.5],[1,0.5]];portConstraint=eastwest;top=0;left=0;right=0;bottom=1;" value="" vertex="1">
          <mxGeometry height="30" width="270" y="36" as="geometry" />
        </mxCell>
        <mxCell id="oi_pk" parent="oi_id_row" style="shape=partialRectangle;connectable=0;fillColor=#f5f5f5;top=0;left=0;bottom=0;right=0;fontStyle=1;overflow=hidden;fontColor=#1C1917;" value="PK" vertex="1">
          <mxGeometry height="30" width="40" as="geometry">
            <mxRectangle height="30" width="40" as="alternateBounds" />
          </mxGeometry>
        </mxCell>
        <mxCell id="oi_pk_val" parent="oi_id_row" style="shape=partialRectangle;connectable=0;fillColor=#f5f5f5;top=0;left=0;bottom=0;right=0;align=left;spacingLeft=6;overflow=hidden;fontColor=#1C1917;" value="id — bigint, primary key" vertex="1">
          <mxGeometry height="30" width="230" x="40" as="geometry">
            <mxRectangle height="30" width="230" as="alternateBounds" />
          </mxGeometry>
        </mxCell>
        <mxCell id="oi_oid_row" parent="tbl_order_items" style="shape=tableRow;horizontal=0;startSize=0;swimlaneHead=0;swimlaneBody=0;fillColor=#fff2cc;collapsible=0;dropTarget=0;points=[[0,0.5],[1,0.5]];portConstraint=eastwest;" value="" vertex="1">
          <mxGeometry height="30" width="270" y="66" as="geometry" />
        </mxCell>
        <mxCell id="oifk1" parent="oi_oid_row" style="shape=partialRectangle;connectable=0;fillColor=#fff2cc;top=0;left=0;bottom=0;right=0;fontStyle=1;overflow=hidden;fontColor=#b85450;" value="FK" vertex="1">
          <mxGeometry height="30" width="40" as="geometry">
            <mxRectangle height="30" width="40" as="alternateBounds" />
          </mxGeometry>
        </mxCell>
        <mxCell id="oifk1b" parent="oi_oid_row" style="shape=partialRectangle;connectable=0;fillColor=#fff2cc;top=0;left=0;bottom=0;right=0;align=left;spacingLeft=6;overflow=hidden;fontColor=#b85450;" value="order_id → orders.id" vertex="1">
          <mxGeometry height="30" width="230" x="40" as="geometry">
            <mxRectangle height="30" width="230" as="alternateBounds" />
          </mxGeometry>
        </mxCell>
        <mxCell id="oi_pid_row" parent="tbl_order_items" style="shape=tableRow;horizontal=0;startSize=0;swimlaneHead=0;swimlaneBody=0;fillColor=#fff2cc;collapsible=0;dropTarget=0;points=[[0,0.5],[1,0.5]];portConstraint=eastwest;" value="" vertex="1">
          <mxGeometry height="30" width="270" y="96" as="geometry" />
        </mxCell>
        <mxCell id="oifk2" parent="oi_pid_row" style="shape=partialRectangle;connectable=0;fillColor=#fff2cc;top=0;left=0;bottom=0;right=0;fontStyle=1;overflow=hidden;fontColor=#b85450;" value="FK" vertex="1">
          <mxGeometry height="30" width="40" as="geometry">
            <mxRectangle height="30" width="40" as="alternateBounds" />
          </mxGeometry>
        </mxCell>
        <mxCell id="oifk2b" parent="oi_pid_row" style="shape=partialRectangle;connectable=0;fillColor=#fff2cc;top=0;left=0;bottom=0;right=0;align=left;spacingLeft=6;overflow=hidden;fontColor=#b85450;" value="product_id → products.id" vertex="1">
          <mxGeometry height="30" width="230" x="40" as="geometry">
            <mxRectangle height="30" width="230" as="alternateBounds" />
          </mxGeometry>
        </mxCell>
        <mxCell id="oi_qty_row" parent="tbl_order_items" style="shape=tableRow;horizontal=0;startSize=0;swimlaneHead=0;swimlaneBody=0;fillColor=none;collapsible=0;dropTarget=0;points=[[0,0.5],[1,0.5]];portConstraint=eastwest;" value="" vertex="1">
          <mxGeometry height="30" width="270" y="126" as="geometry" />
        </mxCell>
        <mxCell id="oiq1" parent="oi_qty_row" style="shape=partialRectangle;connectable=0;fillColor=none;top=0;left=0;bottom=0;right=0;overflow=hidden;" value="" vertex="1">
          <mxGeometry height="30" width="40" as="geometry">
            <mxRectangle height="30" width="40" as="alternateBounds" />
          </mxGeometry>
        </mxCell>
        <mxCell id="oiq1b" parent="oi_qty_row" style="shape=partialRectangle;connectable=0;fillColor=none;top=0;left=0;bottom=0;right=0;align=left;spacingLeft=6;overflow=hidden;" value="qty — Jumlah dipesan" vertex="1">
          <mxGeometry height="30" width="230" x="40" as="geometry">
            <mxRectangle height="30" width="230" as="alternateBounds" />
          </mxGeometry>
        </mxCell>
        <mxCell id="oi_up_row" parent="tbl_order_items" style="shape=tableRow;horizontal=0;startSize=0;swimlaneHead=0;swimlaneBody=0;fillColor=none;collapsible=0;dropTarget=0;points=[[0,0.5],[1,0.5]];portConstraint=eastwest;" value="" vertex="1">
          <mxGeometry height="30" width="270" y="156" as="geometry" />
        </mxCell>
        <mxCell id="oiq2" parent="oi_up_row" style="shape=partialRectangle;connectable=0;fillColor=none;top=0;left=0;bottom=0;right=0;overflow=hidden;" value="" vertex="1">
          <mxGeometry height="30" width="40" as="geometry">
            <mxRectangle height="30" width="40" as="alternateBounds" />
          </mxGeometry>
        </mxCell>
        <mxCell id="oiq2b" parent="oi_up_row" style="shape=partialRectangle;connectable=0;fillColor=none;top=0;left=0;bottom=0;right=0;align=left;spacingLeft=6;overflow=hidden;" value="unit_price — Harga saat order" vertex="1">
          <mxGeometry height="30" width="230" x="40" as="geometry">
            <mxRectangle height="30" width="230" as="alternateBounds" />
          </mxGeometry>
        </mxCell>
        <mxCell id="oi_sub_row" parent="tbl_order_items" style="shape=tableRow;horizontal=0;startSize=0;swimlaneHead=0;swimlaneBody=0;fillColor=none;collapsible=0;dropTarget=0;points=[[0,0.5],[1,0.5]];portConstraint=eastwest;" value="" vertex="1">
          <mxGeometry height="30" width="270" y="186" as="geometry" />
        </mxCell>
        <mxCell id="oiq3" parent="oi_sub_row" style="shape=partialRectangle;connectable=0;fillColor=none;top=0;left=0;bottom=0;right=0;overflow=hidden;" value="" vertex="1">
          <mxGeometry height="30" width="40" as="geometry">
            <mxRectangle height="30" width="40" as="alternateBounds" />
          </mxGeometry>
        </mxCell>
        <mxCell id="oiq3b" parent="oi_sub_row" style="shape=partialRectangle;connectable=0;fillColor=none;top=0;left=0;bottom=0;right=0;align=left;spacingLeft=6;overflow=hidden;" value="subtotal — qty x unit_price" vertex="1">
          <mxGeometry height="30" width="230" x="40" as="geometry">
            <mxRectangle height="30" width="230" as="alternateBounds" />
          </mxGeometry>
        </mxCell>
        <mxCell id="tbl_stock_ledger" parent="1" style="shape=table;startSize=36;container=1;collapsible=0;childLayout=tableLayout;fixedRows=1;rowLines=0;fontStyle=1;align=center;resizeLast=1;html=1;fillColor=#d5e8d4;strokeColor=#82b366;fontColor=#1C1917;fontSize=12;" value="stock_ledger — Jurnal Keluar Masuk Stok" vertex="1">
          <mxGeometry height="276" width="270" x="60" y="520" as="geometry" />
        </mxCell>
        <mxCell id="sl_id_row" parent="tbl_stock_ledger" style="shape=tableRow;horizontal=0;startSize=0;swimlaneHead=0;swimlaneBody=0;fillColor=#f5f5f5;collapsible=0;dropTarget=0;points=[[0,0.5],[1,0.5]];portConstraint=eastwest;top=0;left=0;right=0;bottom=1;" value="" vertex="1">
          <mxGeometry height="30" width="270" y="36" as="geometry" />
        </mxCell>
        <mxCell id="sl_pk" parent="sl_id_row" style="shape=partialRectangle;connectable=0;fillColor=#f5f5f5;top=0;left=0;bottom=0;right=0;fontStyle=1;overflow=hidden;fontColor=#1C1917;" value="PK" vertex="1">
          <mxGeometry height="30" width="40" as="geometry">
            <mxRectangle height="30" width="40" as="alternateBounds" />
          </mxGeometry>
        </mxCell>
        <mxCell id="sl_pk_val" parent="sl_id_row" style="shape=partialRectangle;connectable=0;fillColor=#f5f5f5;top=0;left=0;bottom=0;right=0;align=left;spacingLeft=6;overflow=hidden;fontColor=#1C1917;" value="id — bigint, primary key" vertex="1">
          <mxGeometry height="30" width="230" x="40" as="geometry">
            <mxRectangle height="30" width="230" as="alternateBounds" />
          </mxGeometry>
        </mxCell>
        <mxCell id="sl_pid_row" parent="tbl_stock_ledger" style="shape=tableRow;horizontal=0;startSize=0;swimlaneHead=0;swimlaneBody=0;fillColor=#fff2cc;collapsible=0;dropTarget=0;points=[[0,0.5],[1,0.5]];portConstraint=eastwest;" value="" vertex="1">
          <mxGeometry height="30" width="270" y="66" as="geometry" />
        </mxCell>
        <mxCell id="slfk1" parent="sl_pid_row" style="shape=partialRectangle;connectable=0;fillColor=#fff2cc;top=0;left=0;bottom=0;right=0;fontStyle=1;overflow=hidden;fontColor=#b85450;" value="FK" vertex="1">
          <mxGeometry height="30" width="40" as="geometry">
            <mxRectangle height="30" width="40" as="alternateBounds" />
          </mxGeometry>
        </mxCell>
        <mxCell id="slfk1b" parent="sl_pid_row" style="shape=partialRectangle;connectable=0;fillColor=#fff2cc;top=0;left=0;bottom=0;right=0;align=left;spacingLeft=6;overflow=hidden;fontColor=#b85450;" value="product_id → products.id" vertex="1">
          <mxGeometry height="30" width="230" x="40" as="geometry">
            <mxRectangle height="30" width="230" as="alternateBounds" />
          </mxGeometry>
        </mxCell>
        <mxCell id="sl_cb_row" parent="tbl_stock_ledger" style="shape=tableRow;horizontal=0;startSize=0;swimlaneHead=0;swimlaneBody=0;fillColor=#fff2cc;collapsible=0;dropTarget=0;points=[[0,0.5],[1,0.5]];portConstraint=eastwest;" value="" vertex="1">
          <mxGeometry height="30" width="270" y="96" as="geometry" />
        </mxCell>
        <mxCell id="slfk2" parent="sl_cb_row" style="shape=partialRectangle;connectable=0;fillColor=#fff2cc;top=0;left=0;bottom=0;right=0;fontStyle=1;overflow=hidden;fontColor=#b85450;" value="FK" vertex="1">
          <mxGeometry height="30" width="40" as="geometry">
            <mxRectangle height="30" width="40" as="alternateBounds" />
          </mxGeometry>
        </mxCell>
        <mxCell id="slfk2b" parent="sl_cb_row" style="shape=partialRectangle;connectable=0;fillColor=#fff2cc;top=0;left=0;bottom=0;right=0;align=left;spacingLeft=6;overflow=hidden;fontColor=#b85450;" value="created_by → users.id" vertex="1">
          <mxGeometry height="30" width="230" x="40" as="geometry">
            <mxRectangle height="30" width="230" as="alternateBounds" />
          </mxGeometry>
        </mxCell>
        <mxCell id="sl_tp_row" parent="tbl_stock_ledger" style="shape=tableRow;horizontal=0;startSize=0;swimlaneHead=0;swimlaneBody=0;fillColor=none;collapsible=0;dropTarget=0;points=[[0,0.5],[1,0.5]];portConstraint=eastwest;" value="" vertex="1">
          <mxGeometry height="30" width="270" y="126" as="geometry" />
        </mxCell>
        <mxCell id="sl1" parent="sl_tp_row" style="shape=partialRectangle;connectable=0;fillColor=none;top=0;left=0;bottom=0;right=0;overflow=hidden;" value="" vertex="1">
          <mxGeometry height="30" width="40" as="geometry">
            <mxRectangle height="30" width="40" as="alternateBounds" />
          </mxGeometry>
        </mxCell>
        <mxCell id="sl1b" parent="sl_tp_row" style="shape=partialRectangle;connectable=0;fillColor=none;top=0;left=0;bottom=0;right=0;align=left;spacingLeft=6;overflow=hidden;" value="type — in / out" vertex="1">
          <mxGeometry height="30" width="230" x="40" as="geometry">
            <mxRectangle height="30" width="230" as="alternateBounds" />
          </mxGeometry>
        </mxCell>
        <mxCell id="sl_qty_row" parent="tbl_stock_ledger" style="shape=tableRow;horizontal=0;startSize=0;swimlaneHead=0;swimlaneBody=0;fillColor=none;collapsible=0;dropTarget=0;points=[[0,0.5],[1,0.5]];portConstraint=eastwest;" value="" vertex="1">
          <mxGeometry height="30" width="270" y="156" as="geometry" />
        </mxCell>
        <mxCell id="sl2" parent="sl_qty_row" style="shape=partialRectangle;connectable=0;fillColor=none;top=0;left=0;bottom=0;right=0;overflow=hidden;" value="" vertex="1">
          <mxGeometry height="30" width="40" as="geometry">
            <mxRectangle height="30" width="40" as="alternateBounds" />
          </mxGeometry>
        </mxCell>
        <mxCell id="sl2b" parent="sl_qty_row" style="shape=partialRectangle;connectable=0;fillColor=none;top=0;left=0;bottom=0;right=0;align=left;spacingLeft=6;overflow=hidden;" value="qty — Jumlah unit" vertex="1">
          <mxGeometry height="30" width="230" x="40" as="geometry">
            <mxRectangle height="30" width="230" as="alternateBounds" />
          </mxGeometry>
        </mxCell>
        <mxCell id="sl_ref_row" parent="tbl_stock_ledger" style="shape=tableRow;horizontal=0;startSize=0;swimlaneHead=0;swimlaneBody=0;fillColor=none;collapsible=0;dropTarget=0;points=[[0,0.5],[1,0.5]];portConstraint=eastwest;" value="" vertex="1">
          <mxGeometry height="30" width="270" y="186" as="geometry" />
        </mxCell>
        <mxCell id="sl3" parent="sl_ref_row" style="shape=partialRectangle;connectable=0;fillColor=none;top=0;left=0;bottom=0;right=0;overflow=hidden;" value="" vertex="1">
          <mxGeometry height="30" width="40" as="geometry">
            <mxRectangle height="30" width="40" as="alternateBounds" />
          </mxGeometry>
        </mxCell>
        <mxCell id="sl3b" parent="sl_ref_row" style="shape=partialRectangle;connectable=0;fillColor=none;top=0;left=0;bottom=0;right=0;align=left;spacingLeft=6;overflow=hidden;" value="reference — No PO / manual" vertex="1">
          <mxGeometry height="30" width="230" x="40" as="geometry">
            <mxRectangle height="30" width="230" as="alternateBounds" />
          </mxGeometry>
        </mxCell>
        <mxCell id="sl_ts_row" parent="tbl_stock_ledger" style="shape=tableRow;horizontal=0;startSize=0;swimlaneHead=0;swimlaneBody=0;fillColor=none;collapsible=0;dropTarget=0;points=[[0,0.5],[1,0.5]];portConstraint=eastwest;" value="" vertex="1">
          <mxGeometry height="30" width="270" y="216" as="geometry" />
        </mxCell>
        <mxCell id="sl4" parent="sl_ts_row" style="shape=partialRectangle;connectable=0;fillColor=none;top=0;left=0;bottom=0;right=0;overflow=hidden;" value="" vertex="1">
          <mxGeometry height="30" width="40" as="geometry">
            <mxRectangle height="30" width="40" as="alternateBounds" />
          </mxGeometry>
        </mxCell>
        <mxCell id="sl4b" parent="sl_ts_row" style="shape=partialRectangle;connectable=0;fillColor=none;top=0;left=0;bottom=0;right=0;align=left;spacingLeft=6;overflow=hidden;" value="note, created_at" vertex="1">
          <mxGeometry height="30" width="230" x="40" as="geometry">
            <mxRectangle height="30" width="230" as="alternateBounds" />
          </mxGeometry>
        </mxCell>
        <mxCell id="rel1" edge="1" parent="1" source="companies_id" style="edgeStyle=orthogonalEdgeStyle;endArrow=ERmany;startArrow=ERone;exitX=1;exitY=0.5;entryX=0;entryY=0.5;html=1;" target="users_cid_row">
          <mxGeometry relative="1" as="geometry" />
        </mxCell>
-         <mxCell id="rel1_lbl" connectable="0" parent="rel1" style="edgeLabel;html=1;align=center;verticalAlign=bottom;resizable=0;points=[];fontSize=10;fontColor=#6c8ebf;" value="1 perusahaan punya banyak user" vertex="1">
-           <mxGeometry relative="0.5" as="geometry" />
-         </mxCell>
        <mxCell id="rel2" edge="1" parent="1" source="companies_id" style="edgeStyle=orthogonalEdgeStyle;endArrow=ERmany;startArrow=ERone;exitX=1;exitY=0.5;entryX=0;entryY=0.5;html=1;" target="ord_did_row">
-           <mxGeometry relative="1" as="geometry" />
-         </mxCell>
-         <mxCell id="rel2_lbl" connectable="0" parent="rel2" style="edgeLabel;html=1;align=center;verticalAlign=bottom;resizable=0;points=[];fontSize=10;fontColor=#d6b656;" value="1 distributor terima banyak order" vertex="1">
-           <mxGeometry relative="0.5" as="geometry" />
+           <mxGeometry relative="1" as="geometry">
+             <Array as="points">
+               <mxPoint x="360" y="141" />
+               <mxPoint x="360" y="661" />
+             </Array>
+           </mxGeometry>
        </mxCell>
        <mxCell id="rel3" edge="1" parent="1" source="users_id_row" style="edgeStyle=orthogonalEdgeStyle;endArrow=ERmany;startArrow=ERone;exitX=1;exitY=0.5;entryX=0;entryY=0.5;html=1;" target="ord_rid_row">
          <mxGeometry relative="1" as="geometry">
            <Array as="points">
              <mxPoint x="670" y="141" />
              <mxPoint x="670" y="450" />
              <mxPoint x="390" y="450" />
              <mxPoint x="390" y="631" />
            </Array>
          </mxGeometry>
        </mxCell>
-         <mxCell id="rel3_lbl" connectable="0" parent="rel3" style="edgeLabel;html=1;align=center;verticalAlign=bottom;resizable=0;points=[];fontSize=10;fontColor=#82b366;" value="1 reseller buat banyak order" vertex="1">
-           <mxGeometry relative="0.5" as="geometry" />
-         </mxCell>
        <mxCell id="rel4" edge="1" parent="1" source="ord_id_row" style="edgeStyle=orthogonalEdgeStyle;endArrow=ERmany;startArrow=ERone;exitX=1;exitY=0.5;entryX=0;entryY=0.5;html=1;" target="oi_oid_row">
          <mxGeometry relative="1" as="geometry" />
-         </mxCell>
-         <mxCell id="rel4_lbl" connectable="0" parent="rel4" style="edgeLabel;html=1;align=center;verticalAlign=bottom;resizable=0;points=[];fontSize=10;" value="1 order punya banyak item" vertex="1">
-           <mxGeometry relative="0.5" as="geometry" />
        </mxCell>
        <mxCell id="rel5" edge="1" parent="1" source="prod_id_row" style="edgeStyle=orthogonalEdgeStyle;endArrow=ERmany;startArrow=ERone;exitX=0;exitY=0.5;entryX=1;entryY=0.5;html=1;" target="oi_pid_row">
          <mxGeometry relative="1" as="geometry">
            <Array as="points">
              <mxPoint x="750" y="141" />
              <mxPoint x="750" y="530" />
              <mxPoint x="1040" y="530" />
              <mxPoint x="1040" y="691" />
            </Array>
          </mxGeometry>
        </mxCell>
-         <mxCell id="rel5_lbl" connectable="0" parent="rel5" style="edgeLabel;html=1;align=center;verticalAlign=bottom;resizable=0;points=[];fontSize=10;fontColor=#9673a6;" value="1 produk masuk banyak order item" vertex="1">
-           <mxGeometry relative="0.5" as="geometry" />
-         </mxCell>
        <mxCell id="rel6" edge="1" parent="1" source="prod_id_row" style="edgeStyle=orthogonalEdgeStyle;endArrow=ERmany;startArrow=ERone;exitX=0;exitY=0.5;entryX=1;entryY=0.5;html=1;" target="sl_pid_row">
          <mxGeometry relative="1" as="geometry">
            <Array as="points">
              <mxPoint x="700" y="141" />
              <mxPoint x="700" y="470" />
              <mxPoint x="380" y="470" />
              <mxPoint x="380" y="601" />
            </Array>
          </mxGeometry>
        </mxCell>
-         <mxCell id="rel6_lbl" connectable="0" parent="rel6" style="edgeLabel;html=1;align=center;verticalAlign=bottom;resizable=0;points=[];fontSize=10;fontColor=#82b366;" value="1 produk punya banyak catatan stok" vertex="1">
-           <mxGeometry relative="0.5" as="geometry" />
-         </mxCell>
        <mxCell id="rel7" edge="1" parent="1" source="users_id_row" style="edgeStyle=orthogonalEdgeStyle;endArrow=ERmany;startArrow=ERone;exitX=0;exitY=0.5;entryX=1;entryY=0.5;html=1;" target="sl_cb_row">
          <mxGeometry relative="1" as="geometry" />
-         </mxCell>
-         <mxCell id="rel7_lbl" connectable="0" parent="rel7" style="edgeLabel;html=1;align=center;verticalAlign=bottom;resizable=0;points=[];fontSize=10;fontColor=#82b366;" value="1 user bisa catat banyak stok" vertex="1">
-           <mxGeometry relative="0.5" as="geometry" />
        </mxCell>
      </root>
    </mxGraphModel>
  </diagram>
</mxfile>
